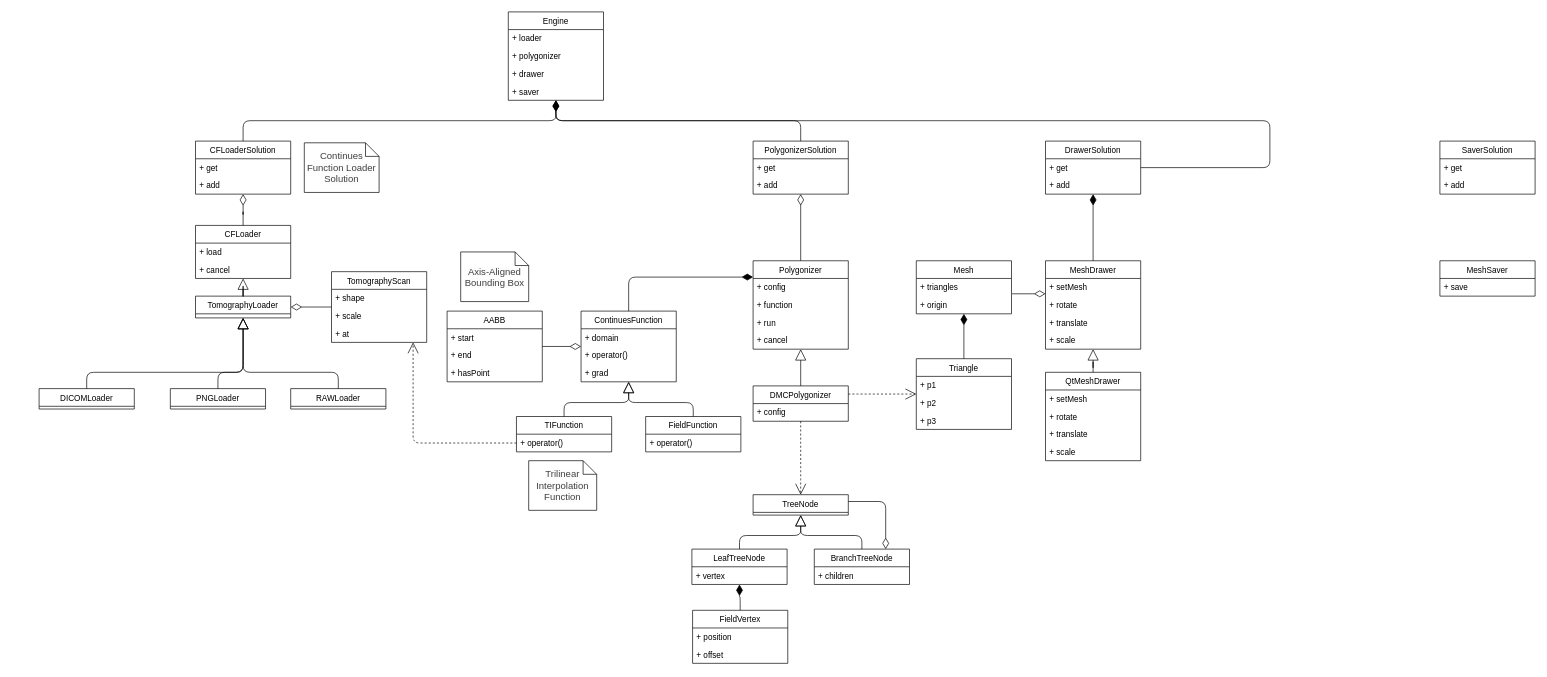
maxhha/bmstu-iu7-cg-cp keeps this draw.io diagram as uml.drawio. Above is the earlier version. Source tidied: cells renumbered, new cells numbered last; positions are measured from the earlier drawing's top-left corner, leaving out a move shared by most shapes. Both pictures are drawn from the tidied source at 68%, with x=0, y=0 at pixel (39, 12).
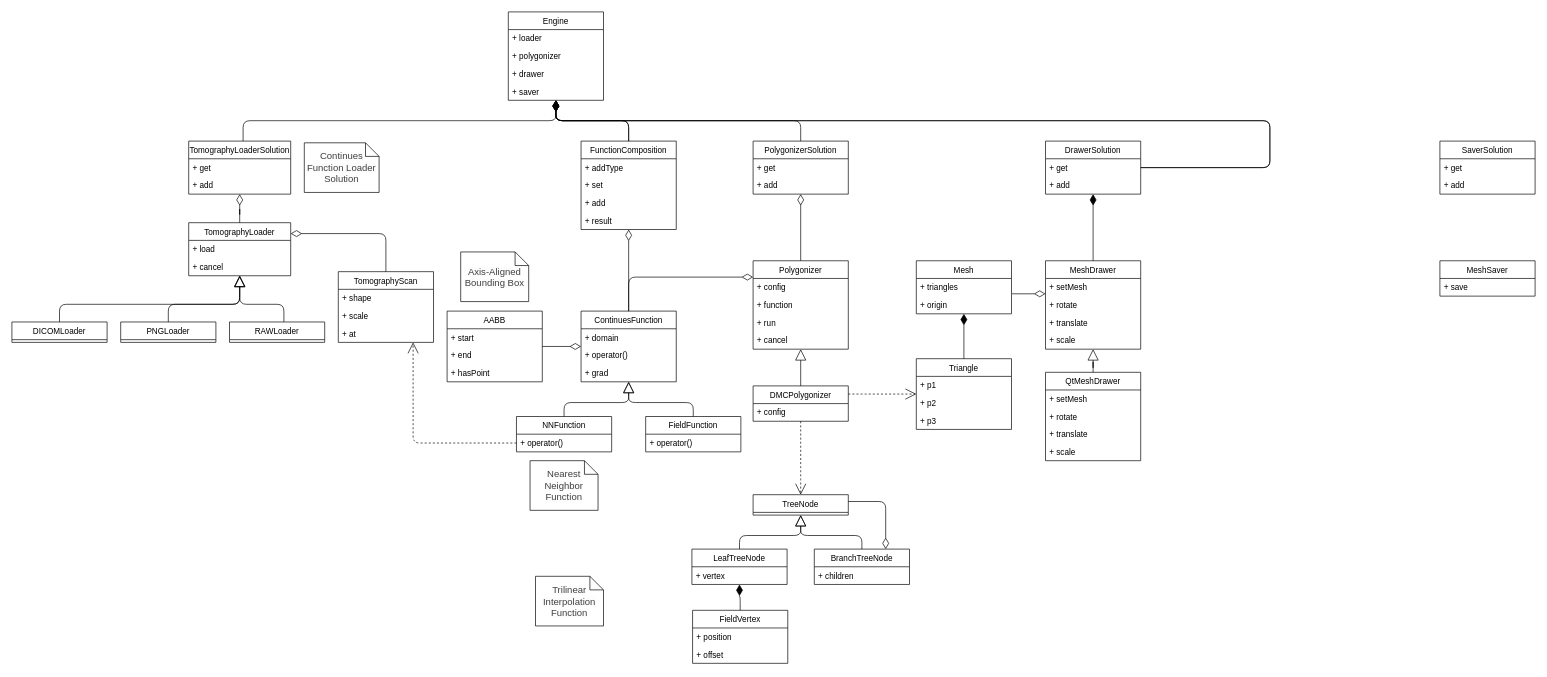
Above is the later version.

The change refers to these unchanged cells:
```xml
<mxCell id="10" value="ContinuesFunction" style="swimlane;fontStyle=0;horizontal=1;startSize=26;fillColor=none;" parent="1" vertex="1">
  <mxGeometry x="797" y="440" width="140" height="104" as="geometry" />
</mxCell>
<mxCell id="36" value="Polygonizer" style="swimlane;fontStyle=0;horizontal=1;startSize=26;fillColor=none;" parent="1" vertex="1">
  <mxGeometry x="1050" y="366" width="140" height="130" as="geometry" />
</mxCell>
<mxCell id="45" value="Engine" style="swimlane;fontStyle=0;horizontal=1;startSize=26;fillColor=none;" parent="1" vertex="1">
  <mxGeometry x="690" width="140" height="130" as="geometry" />
</mxCell>
<mxCell id="62" value="DrawerSolution" style="swimlane;fontStyle=0;horizontal=1;startSize=26;fillColor=none;" parent="1" vertex="1">
  <mxGeometry x="1480" y="190" width="140" height="78" as="geometry" />
</mxCell>
```

What changed in the source:
```diff
@@
-    <mxCell id="2" style="edgeStyle=orthogonalEdgeStyle;rounded=1;jettySize=auto;html=1;endArrow=block;endFill=0;startSize=14;endSize=14;" parent="1" edge="1" source="3" target="90">
-      <mxGeometry relative="1" as="geometry" />
-    </mxCell>
     <mxCell id="3" value="TomographyLoader" style="swimlane;fontStyle=0;horizontal=1;startSize=26;fillColor=none;" parent="1" vertex="1">
-      <mxGeometry x="230" y="418" width="140" height="32" as="geometry" />
+      <mxGeometry x="220" y="310" width="150" height="78" as="geometry" />
     </mxCell>
+    <mxCell id="91" value="+ load" style="text;strokeColor=none;fillColor=none;align=left;verticalAlign=top;spacingLeft=4;spacingRight=4;overflow=hidden;" parent="3" vertex="1">
+      <mxGeometry y="26" width="150" height="26" as="geometry" />
+    </mxCell>
+    <mxCell id="92" value="+ cancel" style="text;strokeColor=none;fillColor=none;align=left;verticalAlign=top;spacingLeft=4;spacingRight=4;overflow=hidden;" parent="3" vertex="1">
+      <mxGeometry y="52" width="150" height="26" as="geometry" />
+    </mxCell>
-    <mxCell id="4" style="edgeStyle=orthogonalEdgeStyle;rounded=1;jettySize=auto;html=1;endArrow=diamondThin;endFill=0;startSize=14;endSize=14;" parent="1" edge="1" source="5" target="3">
-      <mxGeometry relative="1" as="geometry" />
+    <mxCell id="4" style="edgeStyle=orthogonalEdgeStyle;rounded=1;jettySize=auto;html=1;endArrow=diamondThin;endFill=0;startSize=14;endSize=14;exitX=0.5;exitY=0;exitDx=0;exitDy=0;" parent="1" edge="1" source="5" target="3">
+      <mxGeometry relative="1" as="geometry">
+        <Array as="points">
+          <mxPoint x="510" y="326" />
+        </Array>
+      </mxGeometry>
     </mxCell>
     <mxCell id="5" value="TomographyScan" style="swimlane;fontStyle=0;horizontal=1;startSize=26;fillColor=none;" parent="1" vertex="1">
-      <mxGeometry x="430" y="382" width="140" height="104" as="geometry" />
+      <mxGeometry x="440" y="382" width="140" height="104" as="geometry" />
     </mxCell>
@@
-    <mxCell id="9" style="edgeStyle=orthogonalEdgeStyle;rounded=1;jettySize=auto;html=1;startArrow=none;startFill=0;endArrow=diamondThin;endFill=1;startSize=14;endSize=14;" parent="1" edge="1" source="10" target="36">
+    <mxCell id="9" style="edgeStyle=orthogonalEdgeStyle;rounded=1;jettySize=auto;html=1;startArrow=none;startFill=0;endArrow=diamondThin;endFill=0;startSize=14;endSize=14;" parent="1" edge="1" source="10" target="36">
       <mxGeometry relative="1" as="geometry">
         <Array as="points">
           <mxPoint x="867" y="390" />
         </Array>
       </mxGeometry>
     </mxCell>
+    <mxCell id="105" style="edgeStyle=orthogonalEdgeStyle;rounded=0;jettySize=auto;html=1;endArrow=diamondThin;endFill=0;endSize=14;startSize=14;" parent="1" edge="1" source="10" target="107">
+      <mxGeometry relative="1" as="geometry" />
+    </mxCell>
@@
-    <mxCell id="51" value="CFLoaderSolution" style="swimlane;fontStyle=0;horizontal=1;startSize=26;fillColor=none;" parent="1" vertex="1">
-      <mxGeometry x="230" y="190" width="140" height="78" as="geometry" />
+    <mxCell id="51" value="TomographyLoaderSolution" style="swimlane;fontStyle=0;horizontal=1;startSize=26;fillColor=none;" parent="1" vertex="1">
+      <mxGeometry x="220" y="190" width="150" height="78" as="geometry" />
     </mxCell>
     <mxCell id="52" value="+ get" style="text;strokeColor=none;fillColor=none;align=left;verticalAlign=top;spacingLeft=4;spacingRight=4;overflow=hidden;" parent="51" vertex="1">
-      <mxGeometry y="26" width="140" height="26" as="geometry" />
+      <mxGeometry y="26" width="150" height="26" as="geometry" />
     </mxCell>
     <mxCell id="53" value="+ add" style="text;strokeColor=none;fillColor=none;align=left;verticalAlign=top;spacingLeft=4;spacingRight=4;overflow=hidden;" parent="51" vertex="1">
-      <mxGeometry y="52" width="140" height="26" as="geometry" />
+      <mxGeometry y="52" width="150" height="26" as="geometry" />
     </mxCell>
@@
-    <mxCell id="89" style="edgeStyle=orthogonalEdgeStyle;rounded=0;jettySize=auto;html=1;endArrow=diamondThin;endFill=0;endSize=14;startSize=14;" parent="1" edge="1" source="90" target="51">
+    <mxCell id="89" style="edgeStyle=orthogonalEdgeStyle;rounded=0;jettySize=auto;html=1;endArrow=diamondThin;endFill=0;endSize=14;startSize=14;" parent="1" edge="1" source="3" target="51">
       <mxGeometry relative="1" as="geometry" />
     </mxCell>
-    <mxCell id="90" value="CFLoader" style="swimlane;fontStyle=0;horizontal=1;startSize=26;fillColor=none;" parent="1" vertex="1">
-      <mxGeometry x="230" y="314" width="140" height="78" as="geometry" />
-    </mxCell>
-    <mxCell id="91" value="+ load" style="text;strokeColor=none;fillColor=none;align=left;verticalAlign=top;spacingLeft=4;spacingRight=4;overflow=hidden;" parent="90" vertex="1">
-      <mxGeometry y="26" width="140" height="26" as="geometry" />
-    </mxCell>
-    <mxCell id="92" value="+ cancel" style="text;strokeColor=none;fillColor=none;align=left;verticalAlign=top;spacingLeft=4;spacingRight=4;overflow=hidden;" parent="90" vertex="1">
-      <mxGeometry y="52" width="140" height="26" as="geometry" />
-    </mxCell>
@@
     <mxCell id="94" style="edgeStyle=orthogonalEdgeStyle;rounded=1;jettySize=auto;html=1;endArrow=block;endFill=0;startSize=14;endSize=14;" parent="1" edge="1" source="95" target="3">
       <mxGeometry relative="1" as="geometry">
         <Array as="points">
-          <mxPoint x="440" y="530" />
-          <mxPoint x="300" y="530" />
+          <mxPoint x="360" y="430" />
+          <mxPoint x="295" y="430" />
         </Array>
       </mxGeometry>
     </mxCell>
     <mxCell id="95" value="RAWLoader" style="swimlane;fontStyle=0;horizontal=1;startSize=26;fillColor=none;" parent="1" vertex="1">
-      <mxGeometry x="370" y="554" width="140" height="30" as="geometry" />
+      <mxGeometry x="280" y="456" width="140" height="30" as="geometry" />
     </mxCell>
     <mxCell id="96" style="edgeStyle=orthogonalEdgeStyle;rounded=1;jettySize=auto;html=1;endArrow=block;endFill=0;startSize=14;endSize=14;" parent="1" edge="1" source="97" target="3">
       <mxGeometry relative="1" as="geometry">
         <Array as="points">
-          <mxPoint x="263" y="530" />
-          <mxPoint x="300" y="530" />
+          <mxPoint x="190" y="430" />
+          <mxPoint x="295" y="430" />
         </Array>
       </mxGeometry>
     </mxCell>
     <mxCell id="97" value="PNGLoader" style="swimlane;fontStyle=0;horizontal=1;startSize=26;fillColor=none;" parent="1" vertex="1">
-      <mxGeometry x="193" y="554" width="140" height="30" as="geometry" />
+      <mxGeometry x="120" y="456" width="140" height="30" as="geometry" />
     </mxCell>
     <mxCell id="98" style="edgeStyle=orthogonalEdgeStyle;rounded=1;jettySize=auto;html=1;endArrow=block;endFill=0;startSize=14;endSize=14;" parent="1" edge="1" source="99" target="3">
       <mxGeometry relative="1" as="geometry">
         <Array as="points">
-          <mxPoint x="70" y="530" />
-          <mxPoint x="300" y="530" />
+          <mxPoint x="30" y="430" />
+          <mxPoint x="295" y="430" />
         </Array>
       </mxGeometry>
     </mxCell>
     <mxCell id="99" value="DICOMLoader" style="swimlane;fontStyle=0;horizontal=1;startSize=26;fillColor=none;" parent="1" vertex="1">
-      <mxGeometry y="554" width="140" height="30" as="geometry" />
+      <mxGeometry x="-40" y="456" width="140" height="30" as="geometry" />
     </mxCell>
@@
-    <mxCell id="101" value="TIFunction" style="swimlane;fontStyle=0;horizontal=1;startSize=26;fillColor=none;strokeColor=default;" parent="1" vertex="1">
+    <mxCell id="101" value="NNFunction" style="swimlane;fontStyle=0;horizontal=1;startSize=26;fillColor=none;strokeColor=default;" parent="1" vertex="1">
       <mxGeometry x="702" y="595" width="140" height="52" as="geometry" />
     </mxCell>
@@
     <mxCell id="104" value="&lt;span style=&quot;background-color: rgb(252 , 252 , 252)&quot;&gt;&lt;font&gt;&lt;font color=&quot;#404040&quot;&gt;&lt;span style=&quot;font-size: 14px&quot;&gt;Trilinear Interpolation Function&lt;/span&gt;&lt;/font&gt;&lt;/font&gt;&lt;/span&gt;" style="shape=note;size=20;whiteSpace=wrap;html=1;" parent="1" vertex="1">
-      <mxGeometry x="720" y="660" width="100" height="73" as="geometry" />
+      <mxGeometry x="730" y="830" width="100" height="73" as="geometry" />
     </mxCell>
+    <mxCell id="106" style="edgeStyle=orthogonalEdgeStyle;rounded=1;jettySize=auto;html=1;endArrow=diamondThin;endFill=0;startSize=14;endSize=14;" parent="1" edge="1" source="107" target="45">
+      <mxGeometry relative="1" as="geometry">
+        <Array as="points">
+          <mxPoint x="867" y="160" />
+          <mxPoint x="760" y="160" />
+        </Array>
+      </mxGeometry>
+    </mxCell>
+    <mxCell id="107" value="FunctionComposition" style="swimlane;fontStyle=0;horizontal=1;startSize=26;fillColor=none;" parent="1" vertex="1">
+      <mxGeometry x="797" y="190" width="140" height="130" as="geometry" />
+    </mxCell>
+    <mxCell id="108" value="+ addType" style="text;strokeColor=none;fillColor=none;align=left;verticalAlign=top;spacingLeft=4;spacingRight=4;overflow=hidden;" parent="107" vertex="1">
+      <mxGeometry y="26" width="140" height="26" as="geometry" />
+    </mxCell>
+    <mxCell id="109" value="+ set" style="text;strokeColor=none;fillColor=none;align=left;verticalAlign=top;spacingLeft=4;spacingRight=4;overflow=hidden;" parent="107" vertex="1">
+      <mxGeometry y="52" width="140" height="26" as="geometry" />
+    </mxCell>
+    <mxCell id="110" value="+ add" style="text;strokeColor=none;fillColor=none;align=left;verticalAlign=top;spacingLeft=4;spacingRight=4;overflow=hidden;" parent="107" vertex="1">
+      <mxGeometry y="78" width="140" height="26" as="geometry" />
+    </mxCell>
+    <mxCell id="111" value="+ result" style="text;strokeColor=none;fillColor=none;align=left;verticalAlign=top;spacingLeft=4;spacingRight=4;overflow=hidden;" parent="107" vertex="1">
+      <mxGeometry y="104" width="140" height="26" as="geometry" />
+    </mxCell>
+    <mxCell id="112" style="edgeStyle=orthogonalEdgeStyle;rounded=1;jettySize=auto;html=1;endArrow=diamondThin;endFill=1;startSize=14;endSize=14;" parent="1" edge="1" source="107" target="45">
+      <mxGeometry relative="1" as="geometry">
+        <Array as="points">
+          <mxPoint x="867" y="160" />
+          <mxPoint x="760" y="160" />
+        </Array>
+      </mxGeometry>
+    </mxCell>
+    <mxCell id="113" style="edgeStyle=orthogonalEdgeStyle;rounded=1;jettySize=auto;html=1;endArrow=diamondThin;endFill=1;startSize=14;endSize=14;" parent="1" edge="1" source="62" target="45">
+      <mxGeometry relative="1" as="geometry">
+        <Array as="points">
+          <mxPoint x="1810" y="229" />
+          <mxPoint x="1810" y="160" />
+          <mxPoint x="760" y="160" />
+        </Array>
+      </mxGeometry>
+    </mxCell>
+    <mxCell id="114" value="&lt;span style=&quot;background-color: rgb(252 , 252 , 252)&quot;&gt;&lt;font&gt;&lt;font color=&quot;#404040&quot;&gt;&lt;span style=&quot;font-size: 14px&quot;&gt;Nearest Neighbor&lt;br&gt;Function&lt;/span&gt;&lt;/font&gt;&lt;/font&gt;&lt;/span&gt;" style="shape=note;size=20;whiteSpace=wrap;html=1;" parent="1" vertex="1">
+      <mxGeometry x="722" y="660" width="100" height="73" as="geometry" />
+    </mxCell>
```
